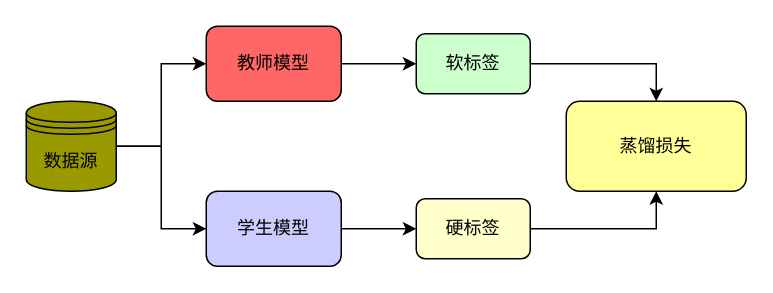
The draw.io diagram relation-KD.drawio in Noeverer/Mindmap, before the edit. Source tidied: cells renumbered, new cells numbered last; positions are measured from the earlier drawing's top-left corner, leaving out a move shared by most shapes. Both pictures are drawn from the tidied source at 150%, with x=0, y=0 at pixel (26, 26).
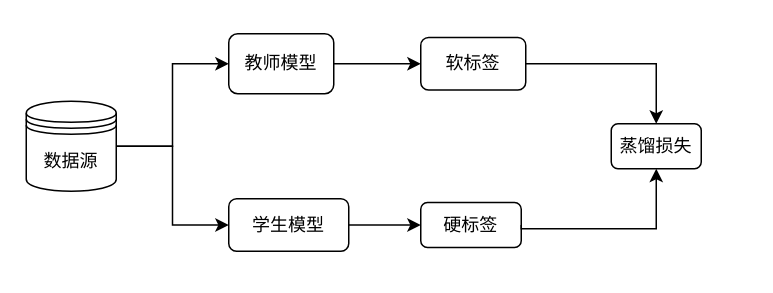
The same page after the edit.

Change to the diagram source:
```diff
@@
 <mxGraphModel>
   <root>
     <mxCell id="0" />
     <mxCell id="1" parent="0" />
     <mxCell id="2" style="edgeStyle=orthogonalEdgeStyle;rounded=0;jettySize=auto;html=1;exitX=1;exitY=0.5;exitDx=0;exitDy=0;entryX=0;entryY=0.5;entryDx=0;entryDy=0;" parent="1" edge="1" source="4" target="6">
       <mxGeometry relative="1" as="geometry" />
     </mxCell>
     <mxCell id="3" style="edgeStyle=orthogonalEdgeStyle;rounded=0;jettySize=auto;html=1;exitX=1;exitY=0.5;exitDx=0;exitDy=0;entryX=0;entryY=0.5;entryDx=0;entryDy=0;" parent="1" edge="1" source="4" target="8">
       <mxGeometry relative="1" as="geometry" />
     </mxCell>
-    <mxCell id="4" value="数据源" style="shape=datastore;whiteSpace=wrap;html=1;fillColor=#999900;" parent="1" vertex="1">
+    <mxCell id="4" value="数据源" style="shape=datastore;whiteSpace=wrap;html=1;fillColor=none;" parent="1" vertex="1">
       <mxGeometry y="50" width="60" height="60" as="geometry" />
     </mxCell>
     <mxCell id="5" style="edgeStyle=orthogonalEdgeStyle;rounded=0;jettySize=auto;html=1;exitX=1;exitY=0.5;exitDx=0;exitDy=0;entryX=0;entryY=0.5;entryDx=0;entryDy=0;" parent="1" edge="1" source="6" target="10">
       <mxGeometry relative="1" as="geometry" />
     </mxCell>
-    <mxCell id="6" value="教师模型" style="rounded=1;whiteSpace=wrap;html=1;fillColor=#FF6666;" parent="1" vertex="1">
-      <mxGeometry x="120" width="90" height="50" as="geometry" />
+    <mxCell id="6" value="教师模型" style="rounded=1;whiteSpace=wrap;html=1;fillColor=none;" parent="1" vertex="1">
+      <mxGeometry x="135" y="5" width="70" height="40" as="geometry" />
     </mxCell>
     <mxCell id="7" style="edgeStyle=orthogonalEdgeStyle;rounded=0;jettySize=auto;html=1;exitX=1;exitY=0.5;exitDx=0;exitDy=0;entryX=0;entryY=0.5;entryDx=0;entryDy=0;" parent="1" edge="1" source="8" target="12">
       <mxGeometry relative="1" as="geometry" />
     </mxCell>
-    <mxCell id="8" value="学生模型" style="rounded=1;whiteSpace=wrap;html=1;fillColor=#CCCCFF;" parent="1" vertex="1">
-      <mxGeometry x="120" y="110" width="90" height="50" as="geometry" />
+    <mxCell id="8" value="学生模型" style="rounded=1;whiteSpace=wrap;html=1;fillColor=none;" parent="1" vertex="1">
+      <mxGeometry x="135" y="115" width="80" height="35" as="geometry" />
     </mxCell>
     <mxCell id="9" style="edgeStyle=orthogonalEdgeStyle;rounded=0;jettySize=auto;html=1;exitX=1;exitY=0.5;exitDx=0;exitDy=0;entryX=0.5;entryY=0;entryDx=0;entryDy=0;" parent="1" edge="1" source="10" target="13">
       <mxGeometry relative="1" as="geometry" />
     </mxCell>
-    <mxCell id="10" value="软标签" style="rounded=1;whiteSpace=wrap;html=1;fillColor=#CCFFCC;" parent="1" vertex="1">
-      <mxGeometry x="260" y="5" width="76" height="40" as="geometry" />
+    <mxCell id="10" value="软标签" style="rounded=1;whiteSpace=wrap;html=1;fillColor=none;" parent="1" vertex="1">
+      <mxGeometry x="263" y="7.5" width="70" height="35" as="geometry" />
     </mxCell>
     <mxCell id="11" style="edgeStyle=orthogonalEdgeStyle;rounded=0;jettySize=auto;html=1;exitX=1;exitY=0.5;exitDx=0;exitDy=0;entryX=0.5;entryY=1;entryDx=0;entryDy=0;" parent="1" edge="1" source="12" target="13">
       <mxGeometry relative="1" as="geometry">
         <Array as="points">
           <mxPoint x="420" y="135" />
         </Array>
       </mxGeometry>
     </mxCell>
-    <mxCell id="12" value="硬标签" style="rounded=1;whiteSpace=wrap;html=1;fillColor=#FFFFCC;" parent="1" vertex="1">
-      <mxGeometry x="260" y="115" width="76" height="40" as="geometry" />
+    <mxCell id="12" value="硬标签" style="rounded=1;whiteSpace=wrap;html=1;fillColor=none;" parent="1" vertex="1">
+      <mxGeometry x="263" y="117.5" width="67" height="30" as="geometry" />
     </mxCell>
-    <mxCell id="13" value="蒸馏损失" style="rounded=1;whiteSpace=wrap;html=1;fillColor=#FFFF99;" parent="1" vertex="1">
-      <mxGeometry x="360" y="50" width="120" height="60" as="geometry" />
+    <mxCell id="13" value="蒸馏损失" style="rounded=1;whiteSpace=wrap;html=1;fillColor=none;" parent="1" vertex="1">
+      <mxGeometry x="390" y="65" width="60" height="30" as="geometry" />
     </mxCell>
   </root>
 </mxGraphModel>
```
